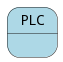
This is docs/edgemere/cpl/pw/models/plc/statenet.png from madajaju/edgemere, a PlantUML export, as it was before one commit. Source of this version:
```plantuml
@startuml



state PLC #lightblue {




}


@enduml
```
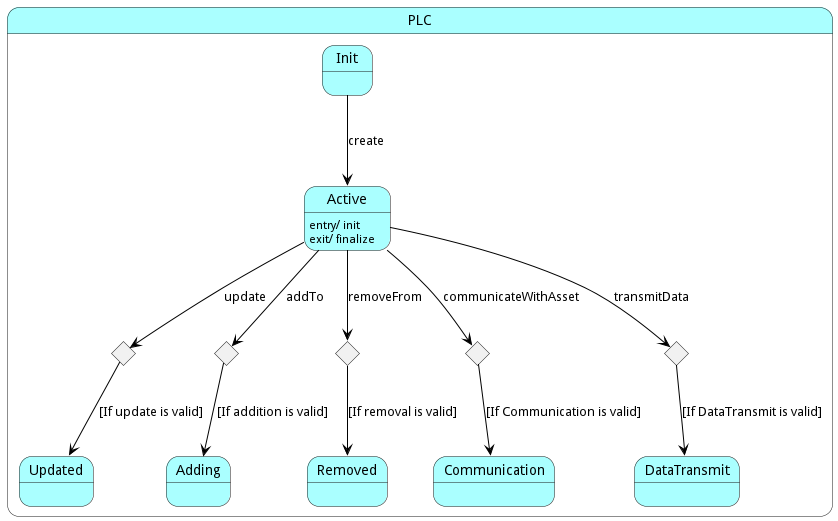
After the commit.

Change to the diagram source:
```diff
@@ -2,10 +2,62 @@
 
 
 
-state PLC #lightblue {
+state PLC #aaffff {
+
+    state Init #aaffff {
+    }
+
+    state Active #aaffff {
+    }
+
+    state Updated #aaffff {
+    }
+
+    state Adding #aaffff {
+    }
+
+    state Removed #aaffff {
+    }
+
+    state Communication #aaffff {
+    }
+
+    state DataTransmit #aaffff {
+    }
 
 
 
+
+Init -[#black]--> Active : create
+
+Active: entry/ init
+
+Active: exit/ finalize
+
+state updateCondition <<choice>>
+Active -[#black]--> updateCondition : update
+
+updateCondition -[#black]--> Updated: [If update is valid]
+
+state addToCondition <<choice>>
+Active -[#black]--> addToCondition : addTo
+
+addToCondition -[#black]--> Adding: [If addition is valid]
+
+state removeFromCondition <<choice>>
+Active -[#black]--> removeFromCondition : removeFrom
+
+removeFromCondition -[#black]--> Removed: [If removal is valid]
+
+state communicateWithAssetCondition <<choice>>
+Active -[#black]--> communicateWithAssetCondition : communicateWithAsset
+
+communicateWithAssetCondition -[#black]--> Communication: [If Communication is valid]
+
+state transmitDataCondition <<choice>>
+Active -[#black]--> transmitDataCondition : transmitData
+
+transmitDataCondition -[#black]--> DataTransmit: [If DataTransmit is valid]
 
 }
 
```
